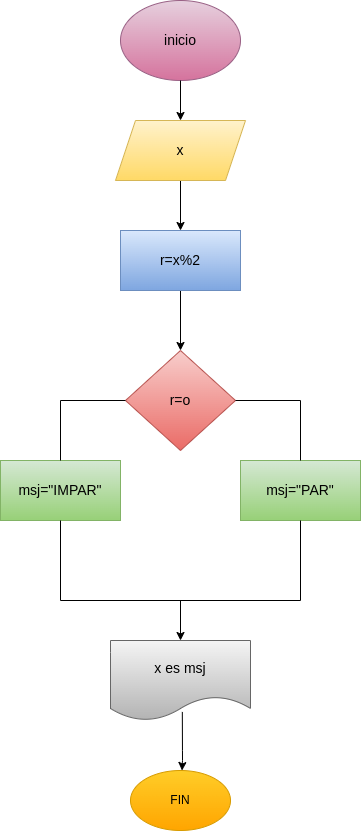
Earlier version of the draw.io export diagrama.png (mariaangeli/par_impar). Source tidied: cells renumbered, new cells last; positions are measured from the earlier drawing's top-left corner, leaving out a move shared by most shapes. The source it was exported from:
```xml
<mxGraphModel>
  <root>
    <mxCell id="0" />
    <mxCell id="1" parent="0" />
    <mxCell id="2" value="&lt;font color=&quot;#000000&quot; style=&quot;font-size: 14px;&quot;&gt;inicio&lt;/font&gt;" style="ellipse;whiteSpace=wrap;html=1;fillColor=#e6d0de;gradientColor=#d5739d;strokeColor=#996185;" parent="1" vertex="1">
      <mxGeometry x="120" width="120" height="80" as="geometry" />
    </mxCell>
    <mxCell id="3" style="endArrow=classic;html=1;exitX=0.5;exitY=1;exitDx=0;exitDy=0;" parent="1" edge="1" source="2" target="5">
      <mxGeometry relative="1" as="geometry" />
    </mxCell>
    <mxCell id="4" style="edgeStyle=none;html=1;" parent="1" edge="1" source="5" target="7">
      <mxGeometry relative="1" as="geometry" />
    </mxCell>
    <mxCell id="5" value="&lt;font style=&quot;font-size: 14px;&quot; color=&quot;#000000&quot;&gt;x&lt;/font&gt;" style="shape=parallelogram;perimeter=parallelogramPerimeter;whiteSpace=wrap;html=1;fixedSize=1;fillColor=#fff2cc;gradientColor=#ffd966;strokeColor=#d6b656;" parent="1" vertex="1">
      <mxGeometry x="115" y="120" width="130" height="60" as="geometry" />
    </mxCell>
    <mxCell id="6" style="edgeStyle=none;html=1;" parent="1" edge="1" source="7" target="8">
      <mxGeometry relative="1" as="geometry" />
    </mxCell>
    <mxCell id="7" value="&lt;font color=&quot;#000000&quot; style=&quot;font-size: 14px;&quot;&gt;r=x%2&lt;/font&gt;" style="whiteSpace=wrap;html=1;fillColor=#dae8fc;gradientColor=#7ea6e0;strokeColor=#6c8ebf;" parent="1" vertex="1">
      <mxGeometry x="120" y="230" width="120" height="60" as="geometry" />
    </mxCell>
    <mxCell id="8" value="&lt;font style=&quot;font-size: 14px;&quot; color=&quot;#000000&quot;&gt;r=o&lt;/font&gt;" style="rhombus;whiteSpace=wrap;html=1;fillColor=#f8cecc;gradientColor=#ea6b66;strokeColor=#b85450;" parent="1" vertex="1">
      <mxGeometry x="125" y="350" width="110" height="100" as="geometry" />
    </mxCell>
    <mxCell id="9" value="&lt;font style=&quot;font-size: 14px;&quot; color=&quot;#000000&quot;&gt;msj=&quot;IMPAR&quot;&lt;/font&gt;" style="rounded=0;whiteSpace=wrap;html=1;fillColor=#d5e8d4;gradientColor=#97d077;strokeColor=#82b366;" parent="1" vertex="1">
      <mxGeometry y="460" width="120" height="60" as="geometry" />
    </mxCell>
    <mxCell id="10" value="&lt;font color=&quot;#000000&quot; style=&quot;font-size: 14px;&quot;&gt;msj=&quot;PAR&quot;&lt;/font&gt;" style="rounded=0;whiteSpace=wrap;html=1;fillColor=#d5e8d4;gradientColor=#97d077;strokeColor=#82b366;" parent="1" vertex="1">
      <mxGeometry x="240" y="460" width="120" height="60" as="geometry" />
    </mxCell>
    <mxCell id="11" style="endArrow=none;html=1;exitX=1;exitY=0.5;exitDx=0;exitDy=0;" parent="1" edge="1" source="8">
      <mxGeometry relative="1" as="geometry">
        <mxPoint x="300" y="400" as="targetPoint" />
      </mxGeometry>
    </mxCell>
    <mxCell id="12" style="endArrow=none;html=1;entryX=0.5;entryY=0;entryDx=0;entryDy=0;" parent="1" edge="1" target="10">
      <mxGeometry relative="1" as="geometry">
        <mxPoint x="300" y="400" as="sourcePoint" />
      </mxGeometry>
    </mxCell>
    <mxCell id="13" style="endArrow=none;html=1;entryX=0;entryY=0.5;entryDx=0;entryDy=0;" parent="1" edge="1" target="8">
      <mxGeometry relative="1" as="geometry">
        <mxPoint x="60" y="400" as="sourcePoint" />
      </mxGeometry>
    </mxCell>
    <mxCell id="14" style="endArrow=none;html=1;entryX=0.5;entryY=0;entryDx=0;entryDy=0;" parent="1" edge="1" target="9">
      <mxGeometry relative="1" as="geometry">
        <mxPoint x="60" y="400" as="sourcePoint" />
      </mxGeometry>
    </mxCell>
    <mxCell id="15" style="endArrow=none;html=1;exitX=0.5;exitY=1;exitDx=0;exitDy=0;" parent="1" edge="1" source="9">
      <mxGeometry relative="1" as="geometry">
        <mxPoint x="60" y="600" as="targetPoint" />
      </mxGeometry>
    </mxCell>
    <mxCell id="16" style="endArrow=none;html=1;entryX=0.5;entryY=1;entryDx=0;entryDy=0;" parent="1" edge="1" target="10">
      <mxGeometry relative="1" as="geometry">
        <mxPoint x="300" y="600" as="sourcePoint" />
      </mxGeometry>
    </mxCell>
    <mxCell id="17" style="endArrow=none;html=1;" parent="1" edge="1">
      <mxGeometry relative="1" as="geometry">
        <mxPoint x="60" y="600" as="sourcePoint" />
        <mxPoint x="300" y="600" as="targetPoint" />
      </mxGeometry>
    </mxCell>
    <mxCell id="18" style="endArrow=classic;html=1;" parent="1" edge="1" target="19">
      <mxGeometry relative="1" as="geometry">
        <mxPoint x="180" y="600" as="sourcePoint" />
      </mxGeometry>
    </mxCell>
    <mxCell id="19" value="&lt;font color=&quot;#000000&quot; style=&quot;font-size: 14px;&quot;&gt;x es msj&lt;/font&gt;" style="shape=document;whiteSpace=wrap;html=1;boundedLbl=1;fillColor=#f5f5f5;gradientColor=#b3b3b3;strokeColor=#666666;" parent="1" vertex="1">
      <mxGeometry x="110" y="640" width="140" height="80" as="geometry" />
    </mxCell>
    <mxCell id="20" style="endArrow=classic;html=1;exitX=0.513;exitY=0.893;exitDx=0;exitDy=0;exitPerimeter=0;" parent="1" edge="1" source="19" target="21">
      <mxGeometry relative="1" as="geometry">
        <Array as="points">
          <mxPoint x="182" y="760" />
        </Array>
      </mxGeometry>
    </mxCell>
    <mxCell id="21" value="FIN" style="ellipse;whiteSpace=wrap;html=1;fillColor=#ffcd28;gradientColor=#ffa500;strokeColor=#d79b00;" parent="1" vertex="1">
      <mxGeometry x="130" y="770" width="100" height="60" as="geometry" />
    </mxCell>
  </root>
</mxGraphModel>
```
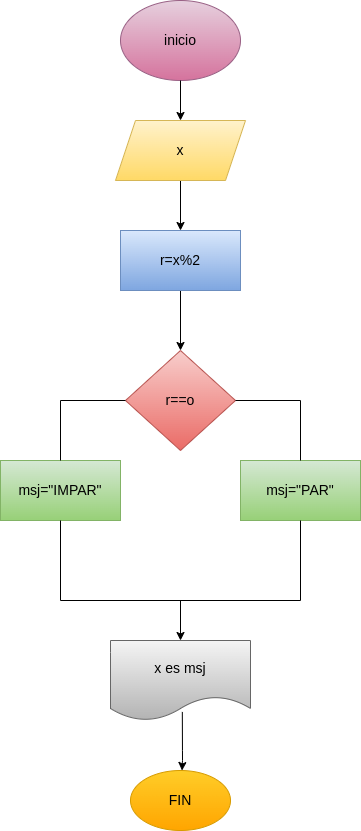
The same diagram one commit later.

Commit message:
Se agrego el diagrama, programa y el README

Change to the diagram source:
```diff
@@ -20,7 +20,7 @@
     <mxCell id="7" value="&lt;font color=&quot;#000000&quot; style=&quot;font-size: 14px;&quot;&gt;r=x%2&lt;/font&gt;" style="whiteSpace=wrap;html=1;fillColor=#dae8fc;gradientColor=#7ea6e0;strokeColor=#6c8ebf;" parent="1" vertex="1">
       <mxGeometry x="120" y="230" width="120" height="60" as="geometry" />
     </mxCell>
-    <mxCell id="8" value="&lt;font style=&quot;font-size: 14px;&quot; color=&quot;#000000&quot;&gt;r=o&lt;/font&gt;" style="rhombus;whiteSpace=wrap;html=1;fillColor=#f8cecc;gradientColor=#ea6b66;strokeColor=#b85450;" parent="1" vertex="1">
+    <mxCell id="8" value="&lt;font style=&quot;font-size: 14px;&quot; color=&quot;#000000&quot;&gt;r==o&lt;/font&gt;" style="rhombus;whiteSpace=wrap;html=1;fillColor=#f8cecc;gradientColor=#ea6b66;strokeColor=#b85450;" parent="1" vertex="1">
       <mxGeometry x="125" y="350" width="110" height="100" as="geometry" />
     </mxCell>
     <mxCell id="9" value="&lt;font style=&quot;font-size: 14px;&quot; color=&quot;#000000&quot;&gt;msj=&quot;IMPAR&quot;&lt;/font&gt;" style="rounded=0;whiteSpace=wrap;html=1;fillColor=#d5e8d4;gradientColor=#97d077;strokeColor=#82b366;" parent="1" vertex="1">
@@ -80,7 +80,7 @@
         </Array>
       </mxGeometry>
     </mxCell>
-    <mxCell id="21" value="FIN" style="ellipse;whiteSpace=wrap;html=1;fillColor=#ffcd28;gradientColor=#ffa500;strokeColor=#d79b00;" parent="1" vertex="1">
+    <mxCell id="21" value="&lt;font style=&quot;font-size: 14px;&quot; color=&quot;#000000&quot;&gt;FIN&lt;/font&gt;" style="ellipse;whiteSpace=wrap;html=1;fillColor=#ffcd28;gradientColor=#ffa500;strokeColor=#d79b00;" parent="1" vertex="1">
       <mxGeometry x="130" y="770" width="100" height="60" as="geometry" />
     </mxCell>
   </root>
```
